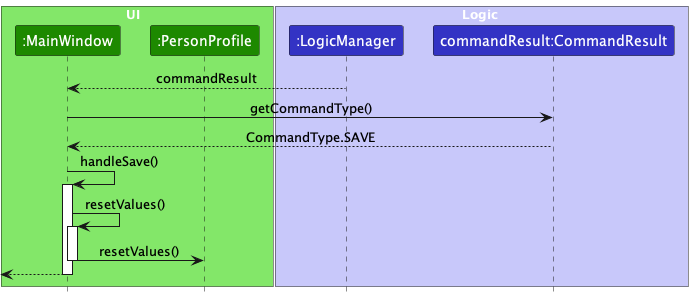
Earlier version of the PlantUML export docs/images/HandleSaveSequenceDiagram.png (nus-cs2103-AY2324S1/tp).
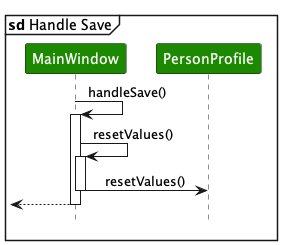
The same diagram one commit later.

Diff of the diagram source:
```diff
@@ -2,32 +2,16 @@
 !include style.puml
 skinparam ArrowFontStyle plain
 
-box UI  UI_COLOR_T1
-participant ":MainWindow" as MainWindow UI_COLOR
-participant ":PersonProfile" as PersonProfile UI_COLOR
-end box
-
-box Logic LOGIC_COLOR_T1
-participant ":LogicManager" as LogicManager LOGIC_COLOR
-participant "commandResult:CommandResult" as CommandResult LOGIC_COLOR
-end box
-
-LogicManager --> MainWindow : commandResult
-deactivate LogicManager
-
-MainWindow -> CommandResult : getCommandType()
-CommandResult --> MainWindow : CommandType.SAVE
-
+mainframe **sd** Handle Save
+participant "MainWindow" as MainWindow UI_COLOR
+participant "PersonProfile" as PersonProfile UI_COLOR
 
 MainWindow -> MainWindow : handleSave()
 activate MainWindow
 MainWindow -> MainWindow : resetValues()
 activate MainWindow
-
 MainWindow -> PersonProfile : resetValues()
-
 deactivate MainWindow
-
 [<--MainWindow
 deactivate MainWindow
 
```
